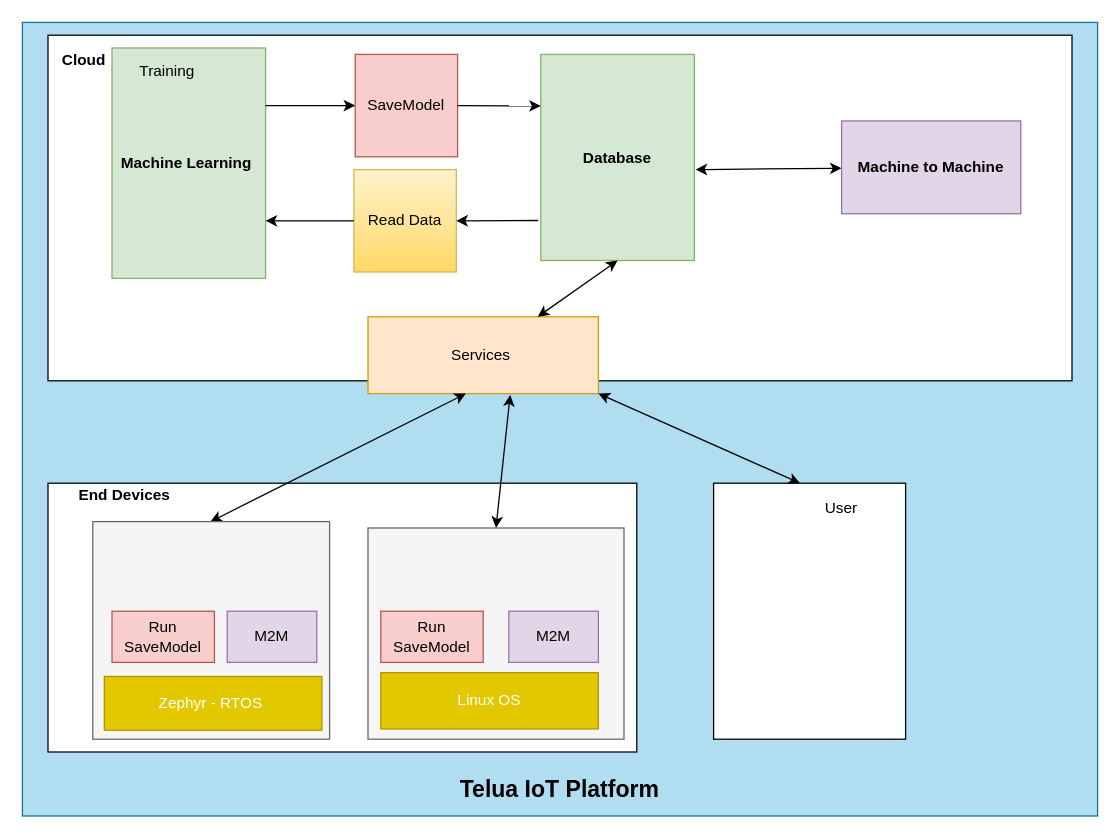
Earlier version of the draw.io diagram machine_learning/machineLearning.drawio (letrthong/uhes_visual_programing_iot). Source tidied: cells renumbered, new cells numbered last; positions are measured from the earlier drawing's top-left corner, leaving out a move shared by most shapes. Both pictures are drawn from the tidied source at 128%, with x=0, y=0 at pixel (22, 22).
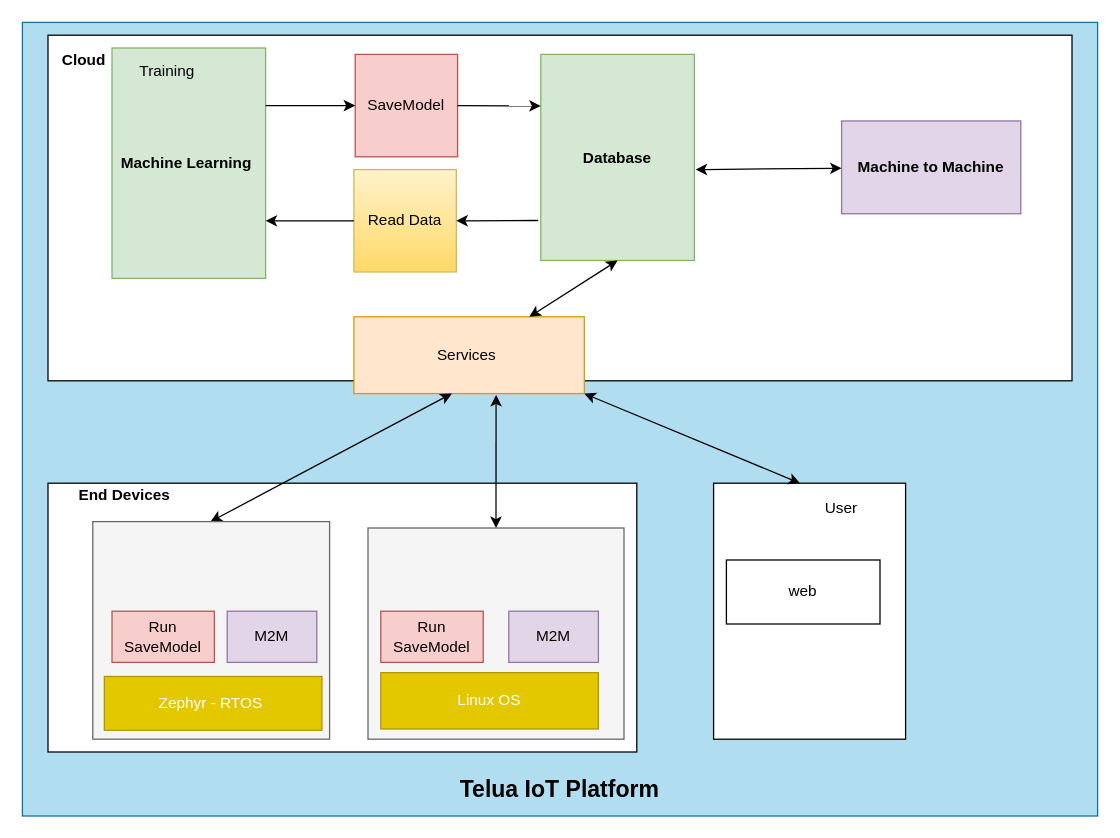
Above is the later version.

Change to the diagram source:
```diff
@@
     <mxCell id="8" value="Services&amp;nbsp;" style="rounded=0;whiteSpace=wrap;html=1;fillColor=#ffe6cc;strokeColor=#d79b00;" parent="1" vertex="1">
-      <mxGeometry x="270" y="230" width="180" height="60" as="geometry" />
+      <mxGeometry x="259" y="230" width="180" height="60" as="geometry" />
     </mxCell>
@@
+    <mxCell id="34" value="web" style="rounded=0;whiteSpace=wrap;html=1;" parent="1" vertex="1">
+      <mxGeometry x="550" y="420" width="120" height="50" as="geometry" />
+    </mxCell>
```
